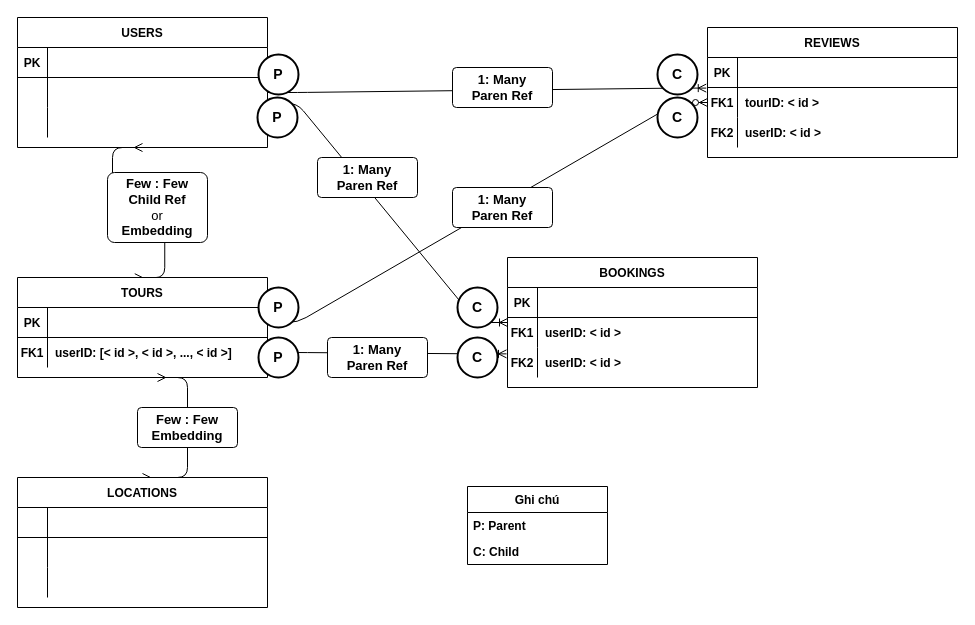
Earlier version of the draw.io diagram Untitled Diagram.drawio (hoanthptvn/document-kien). Source tidied: cells renumbered, new cells numbered last; positions are measured from the earlier drawing's top-left corner, leaving out a move shared by most shapes. Both pictures are drawn from the tidied source at 100%, with x=0, y=0 at pixel (17, 17).
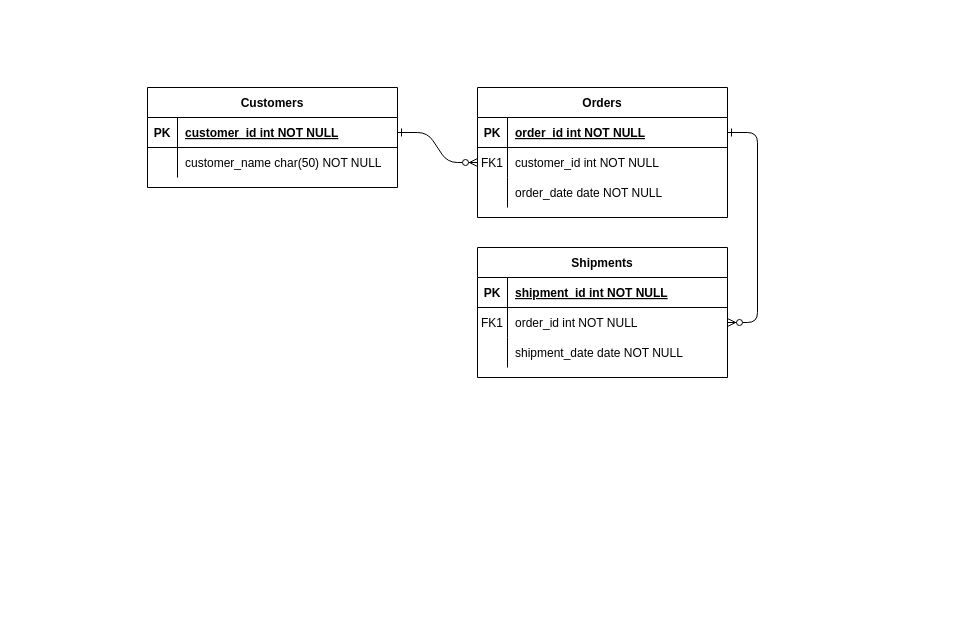
The same diagram, later.

The change refers to these unchanged cells:
```xml
<mxCell id="11" style="shape=partialRectangle;fillColor=none;points=[[0,0.5],[1,0.5]];portConstraint=eastwest;top=0;left=0;right=0;bottom=1;" parent="10" vertex="1">
  <mxGeometry y="30" width="250" height="30" as="geometry" />
</mxCell>
<mxCell id="14" style="shape=partialRectangle;fillColor=none;points=[[0,0.5],[1,0.5]];portConstraint=eastwest;top=0;left=0;right=0;bottom=0;" parent="10" vertex="1">
  <mxGeometry y="60" width="250" height="30" as="geometry" />
</mxCell>
<mxCell id="17" style="shape=partialRectangle;fillColor=none;points=[[0,0.5],[1,0.5]];portConstraint=eastwest;top=0;left=0;right=0;bottom=0;" parent="10" vertex="1">
  <mxGeometry y="90" width="250" height="30" as="geometry" />
</mxCell>
<mxCell id="28" style="shape=partialRectangle;fillColor=none;top=0;left=0;right=0;bottom=1;" parent="27" vertex="1">
  <mxGeometry y="30" width="250" height="30" as="geometry" />
</mxCell>
<mxCell id="31" style="shape=partialRectangle;fillColor=none;points=[[0,0.5],[1,0.5]];portConstraint=eastwest;top=0;left=0;right=0;bottom=0;" parent="27" vertex="1">
  <mxGeometry y="60" width="250" height="30" as="geometry" />
</mxCell>
<mxCell id="34" style="shape=partialRectangle;fillColor=none;top=0;left=0;right=0;bottom=0;" parent="27" vertex="1">
  <mxGeometry y="90" width="250" height="30" as="geometry" />
</mxCell>
```

Change to the diagram source:
```diff
@@
-    <mxCell id="2" style="edgeStyle=entityRelationEdgeStyle;fontSize=12;html=1;endArrow=ERoneToMany;entryX=-0.005;entryY=0.02;entryDx=0;entryDy=0;entryPerimeter=0;" parent="1" edge="1" source="14" target="31">
-      <mxGeometry relative="1" as="geometry" />
-    </mxCell>
-    <mxCell id="3" style="edgeStyle=entityRelationEdgeStyle;fontSize=12;html=1;endArrow=ERzeroToMany;endFill=1;exitX=1;exitY=0.5;exitDx=0;exitDy=0;" parent="1" edge="1" source="21" target="31">
-      <mxGeometry relative="1" as="geometry" />
-    </mxCell>
-    <mxCell id="4" value="&lt;span style=&quot;font-weight: 700 ; text-align: left&quot;&gt;1: Many&lt;/span&gt;&lt;br style=&quot;padding: 0px ; margin: 0px ; font-weight: 700 ; text-align: left&quot;&gt;&lt;span style=&quot;font-weight: 700 ; text-align: left&quot;&gt;Paren Ref&lt;/span&gt;" style="rounded=1;arcSize=10;whiteSpace=wrap;html=1;align=center;fontSize=13;" parent="1" vertex="1">
-      <mxGeometry x="435" y="50" width="100" height="40" as="geometry" />
-    </mxCell>
-    <mxCell id="5" value="&lt;span style=&quot;font-weight: 700 ; text-align: left&quot;&gt;1: Many&lt;/span&gt;&lt;br style=&quot;padding: 0px ; margin: 0px ; font-weight: 700 ; text-align: left&quot;&gt;&lt;span style=&quot;font-weight: 700 ; text-align: left&quot;&gt;Paren Ref&lt;/span&gt;" style="rounded=1;arcSize=10;whiteSpace=wrap;html=1;align=center;fontSize=13;rotation=0;" parent="1" vertex="1">
-      <mxGeometry x="435" y="170" width="100" height="40" as="geometry" />
-    </mxCell>
-    <mxCell id="6" style="edgeStyle=entityRelationEdgeStyle;fontSize=12;html=1;endArrow=ERmany;startArrow=ERmany;entryX=0.5;entryY=0;entryDx=0;entryDy=0;" parent="1" edge="1" target="47">
-      <mxGeometry relative="1" as="geometry">
-        <mxPoint x="140" y="360" as="sourcePoint" />
-      </mxGeometry>
-    </mxCell>
-    <mxCell id="7" value="&lt;span style=&quot;font-weight: 700 ; text-align: left&quot;&gt;Few : Few&lt;/span&gt;&lt;br style=&quot;padding: 0px ; margin: 0px ; font-weight: 700 ; text-align: left&quot;&gt;&lt;div style=&quot;text-align: left&quot;&gt;&lt;b&gt;Embedding&lt;/b&gt;&lt;/div&gt;" style="rounded=1;arcSize=10;whiteSpace=wrap;html=1;align=center;fontSize=13;rotation=0;" parent="1" vertex="1">
-      <mxGeometry x="120" y="390" width="100" height="40" as="geometry" />
-    </mxCell>
-    <mxCell id="8" style="edgeStyle=entityRelationEdgeStyle;fontSize=12;html=1;endArrow=ERmany;startArrow=ERmany;exitX=0.469;exitY=0.002;exitDx=0;exitDy=0;exitPerimeter=0;entryX=0.5;entryY=1;entryDx=0;entryDy=0;" parent="1" edge="1" source="20" target="10">
-      <mxGeometry relative="1" as="geometry" />
-    </mxCell>
-    <mxCell id="9" value="&lt;span style=&quot;font-weight: 700 ; text-align: left&quot;&gt;Few : Few&lt;br&gt;&lt;/span&gt;&lt;b&gt;Child Ref&lt;/b&gt;&lt;br&gt;or&lt;br style=&quot;padding: 0px ; margin: 0px ; font-weight: 700 ; text-align: left&quot;&gt;&lt;div style=&quot;text-align: left&quot;&gt;&lt;b&gt;Embedding&lt;/b&gt;&lt;/div&gt;" style="rounded=1;arcSize=10;whiteSpace=wrap;html=1;align=center;fontSize=13;rotation=0;" parent="1" vertex="1">
-      <mxGeometry x="90" y="155" width="100" height="70" as="geometry" />
-    </mxCell>
+    <mxCell id="72" style="edgeStyle=entityRelationEdgeStyle;endArrow=ERzeroToMany;startArrow=ERone;endFill=1;startFill=0;" parent="1" edge="1" source="21" target="14">
+      <mxGeometry relative="1" as="geometry" />
+    </mxCell>
+    <mxCell id="73" style="edgeStyle=entityRelationEdgeStyle;endArrow=ERzeroToMany;startArrow=ERone;endFill=1;startFill=0;" parent="1" edge="1" source="11" target="31">
+      <mxGeometry relative="1" as="geometry" />
+    </mxCell>
-    <mxCell id="10" value="USERS" style="shape=table;startSize=30;childLayout=tableLayout;rowLines=0;fontStyle=1;align=center;" parent="1" vertex="1">
-      <mxGeometry width="250" height="130" as="geometry" />
+    <mxCell id="10" value="Orders" style="shape=table;startSize=30;childLayout=tableLayout;rowLines=0;fontStyle=1;align=center;" parent="1" vertex="1">
+      <mxGeometry x="460" y="70" width="250" height="130" as="geometry" />
     </mxCell>
@@
-    <mxCell id="13" style="shape=partialRectangle;overflow=hidden;fillColor=none;top=0;left=0;bottom=0;right=0;align=left;spacingLeft=6;fontStyle=5;" parent="11" vertex="1">
+    <mxCell id="13" value="order_id int NOT NULL " style="shape=partialRectangle;overflow=hidden;fillColor=none;top=0;left=0;bottom=0;right=0;align=left;spacingLeft=6;fontStyle=5;" parent="11" vertex="1">
       <mxGeometry x="30" width="220" height="30" as="geometry" />
     </mxCell>
@@
-    <mxCell id="15" style="shape=partialRectangle;overflow=hidden;fillColor=none;top=0;left=0;bottom=0;right=0;fontStyle=1;" parent="14" vertex="1">
+    <mxCell id="15" value="FK1" style="shape=partialRectangle;overflow=hidden;fillColor=none;top=0;left=0;bottom=0;right=0;" parent="14" vertex="1">
       <mxGeometry width="30" height="30" as="geometry" />
     </mxCell>
-    <mxCell id="16" style="shape=partialRectangle;overflow=hidden;fillColor=none;top=0;left=0;bottom=0;right=0;align=left;spacingLeft=6;fontStyle=1;" parent="14" vertex="1">
+    <mxCell id="16" value="customer_id int NOT NULL" style="shape=partialRectangle;overflow=hidden;fillColor=none;top=0;left=0;bottom=0;right=0;align=left;spacingLeft=6;" parent="14" vertex="1">
       <mxGeometry x="30" width="220" height="30" as="geometry" />
     </mxCell>
@@
-    <mxCell id="19" style="shape=partialRectangle;overflow=hidden;fillColor=none;top=0;left=0;bottom=0;right=0;align=left;spacingLeft=6;fontStyle=1;" parent="17" vertex="1">
+    <mxCell id="19" value="order_date date NOT NULL" style="shape=partialRectangle;overflow=hidden;fillColor=none;top=0;left=0;bottom=0;right=0;align=left;spacingLeft=6;" parent="17" vertex="1">
       <mxGeometry x="30" width="220" height="30" as="geometry" />
     </mxCell>
-    <mxCell id="20" value="TOURS" style="shape=table;startSize=30;childLayout=tableLayout;rowLines=0;fontStyle=1;align=center;" parent="1" vertex="1">
-      <mxGeometry y="260" width="250" height="100" as="geometry" />
-    </mxCell>
-    <mxCell id="21" style="shape=partialRectangle;fillColor=none;points=[[0,0.5],[1,0.5]];portConstraint=eastwest;top=0;left=0;right=0;bottom=1;" parent="20" vertex="1">
-      <mxGeometry y="30" width="250" height="30" as="geometry" />
-    </mxCell>
-    <mxCell id="22" value="PK" style="shape=partialRectangle;overflow=hidden;fillColor=none;top=0;left=0;bottom=0;right=0;fontStyle=1;" parent="21" vertex="1">
-      <mxGeometry width="30" height="30" as="geometry" />
-    </mxCell>
-    <mxCell id="23" style="shape=partialRectangle;overflow=hidden;fillColor=none;top=0;left=0;bottom=0;right=0;align=left;spacingLeft=6;fontStyle=5;" parent="21" vertex="1">
-      <mxGeometry x="30" width="220" height="30" as="geometry" />
-    </mxCell>
-    <mxCell id="24" style="shape=partialRectangle;fillColor=none;points=[[0,0.5],[1,0.5]];portConstraint=eastwest;top=0;left=0;right=0;bottom=0;" parent="20" vertex="1">
-      <mxGeometry y="60" width="250" height="30" as="geometry" />
-    </mxCell>
-    <mxCell id="25" value="FK1" style="shape=partialRectangle;overflow=hidden;fillColor=none;top=0;left=0;bottom=0;right=0;fontStyle=1;" parent="24" vertex="1">
-      <mxGeometry width="30" height="30" as="geometry" />
-    </mxCell>
-    <mxCell id="26" value="userID: [&lt; id &gt;, &lt; id &gt;, ..., &lt; id &gt;]" style="shape=partialRectangle;overflow=hidden;fillColor=none;top=0;left=0;bottom=0;right=0;align=left;spacingLeft=6;fontStyle=1;" parent="24" vertex="1">
-      <mxGeometry x="30" width="220" height="30" as="geometry" />
-    </mxCell>
-    <mxCell id="27" value="REVIEWS" style="shape=table;startSize=30;childLayout=tableLayout;rowLines=0;fontStyle=1;align=center;" parent="1" vertex="1">
-      <mxGeometry x="690" y="10" width="250" height="130" as="geometry" />
+    <mxCell id="27" value="Shipments" style="shape=table;startSize=30;childLayout=tableLayout;rowLines=0;fontStyle=1;align=center;" parent="1" vertex="1">
+      <mxGeometry x="460" y="230" width="250" height="130" as="geometry" />
     </mxCell>
@@
-    <mxCell id="30" style="shape=partialRectangle;overflow=hidden;fillColor=none;top=0;left=0;bottom=0;right=0;align=left;spacingLeft=6;fontStyle=5;" parent="28" vertex="1">
+    <mxCell id="30" value="shipment_id int NOT NULL " style="shape=partialRectangle;overflow=hidden;fillColor=none;top=0;left=0;bottom=0;right=0;align=left;spacingLeft=6;fontStyle=5;" parent="28" vertex="1">
       <mxGeometry x="30" width="220" height="30" as="geometry" />
     </mxCell>
@@
-    <mxCell id="32" value="FK1" style="shape=partialRectangle;overflow=hidden;fillColor=none;top=0;left=0;bottom=0;right=0;fontStyle=1;" parent="31" vertex="1">
+    <mxCell id="32" value="FK1" style="shape=partialRectangle;overflow=hidden;fillColor=none;top=0;left=0;bottom=0;right=0;" parent="31" vertex="1">
       <mxGeometry width="30" height="30" as="geometry" />
     </mxCell>
-    <mxCell id="33" value="tourID: &lt; id &gt;" style="shape=partialRectangle;overflow=hidden;fillColor=none;top=0;left=0;bottom=0;right=0;align=left;spacingLeft=6;fontStyle=1;" parent="31" vertex="1">
+    <mxCell id="33" value="order_id int NOT NULL" style="shape=partialRectangle;overflow=hidden;fillColor=none;top=0;left=0;bottom=0;right=0;align=left;spacingLeft=6;" parent="31" vertex="1">
       <mxGeometry x="30" width="220" height="30" as="geometry" />
     </mxCell>
@@
-    <mxCell id="35" value="FK2" style="shape=partialRectangle;overflow=hidden;fillColor=none;top=0;left=0;bottom=0;right=0;fontStyle=1;" parent="34" vertex="1">
+    <mxCell id="35" style="shape=partialRectangle;overflow=hidden;fillColor=none;top=0;left=0;bottom=0;right=0;" parent="34" vertex="1">
       <mxGeometry width="30" height="30" as="geometry" />
     </mxCell>
-    <mxCell id="36" value="userID: &lt; id &gt;" style="shape=partialRectangle;overflow=hidden;fillColor=none;top=0;left=0;bottom=0;right=0;align=left;spacingLeft=6;fontStyle=1;" parent="34" vertex="1">
+    <mxCell id="36" value="shipment_date date NOT NULL" style="shape=partialRectangle;overflow=hidden;fillColor=none;top=0;left=0;bottom=0;right=0;align=left;spacingLeft=6;" parent="34" vertex="1">
       <mxGeometry x="30" width="220" height="30" as="geometry" />
     </mxCell>
-    <mxCell id="37" style="edgeStyle=entityRelationEdgeStyle;fontSize=12;html=1;endArrow=ERoneToMany;exitX=0.998;exitY=-0.145;exitDx=0;exitDy=0;exitPerimeter=0;" parent="1" edge="1" source="17" target="57">
-      <mxGeometry relative="1" as="geometry" />
-    </mxCell>
-    <mxCell id="38" value="&lt;b&gt;&lt;font style=&quot;font-size: 14px&quot;&gt;P&lt;/font&gt;&lt;/b&gt;" style="strokeWidth=2;html=1;shape=mxgraph.flowchart.start_2;whiteSpace=wrap;" parent="1" vertex="1">
-      <mxGeometry x="241" y="37" width="40" height="40" as="geometry" />
-    </mxCell>
-    <mxCell id="39" value="&lt;b&gt;&lt;font style=&quot;font-size: 14px&quot;&gt;C&lt;/font&gt;&lt;/b&gt;" style="strokeWidth=2;html=1;shape=mxgraph.flowchart.start_2;whiteSpace=wrap;" parent="1" vertex="1">
-      <mxGeometry x="640" y="37" width="40" height="40" as="geometry" />
-    </mxCell>
-    <mxCell id="40" value="&lt;b&gt;&lt;font style=&quot;font-size: 14px&quot;&gt;P&lt;/font&gt;&lt;/b&gt;" style="strokeWidth=2;html=1;shape=mxgraph.flowchart.start_2;whiteSpace=wrap;" parent="1" vertex="1">
-      <mxGeometry x="240" y="80" width="40" height="40" as="geometry" />
-    </mxCell>
-    <mxCell id="41" value="&lt;b&gt;&lt;font style=&quot;font-size: 14px&quot;&gt;C&lt;/font&gt;&lt;/b&gt;" style="strokeWidth=2;html=1;shape=mxgraph.flowchart.start_2;whiteSpace=wrap;" parent="1" vertex="1">
-      <mxGeometry x="440" y="270" width="40" height="40" as="geometry" />
-    </mxCell>
-    <mxCell id="42" style="edgeStyle=entityRelationEdgeStyle;fontSize=12;html=1;endArrow=ERoneToMany;exitX=1;exitY=0.5;exitDx=0;exitDy=0;entryX=-0.004;entryY=0.212;entryDx=0;entryDy=0;entryPerimeter=0;" parent="1" edge="1" source="24" target="64">
-      <mxGeometry relative="1" as="geometry" />
-    </mxCell>
-    <mxCell id="43" value="&lt;b&gt;&lt;font style=&quot;font-size: 14px&quot;&gt;C&lt;/font&gt;&lt;/b&gt;" style="strokeWidth=2;html=1;shape=mxgraph.flowchart.start_2;whiteSpace=wrap;" parent="1" vertex="1">
-      <mxGeometry x="440" y="320" width="40" height="40" as="geometry" />
-    </mxCell>
-    <mxCell id="44" value="&lt;b&gt;&lt;font style=&quot;font-size: 14px&quot;&gt;P&lt;/font&gt;&lt;/b&gt;" style="strokeWidth=2;html=1;shape=mxgraph.flowchart.start_2;whiteSpace=wrap;" parent="1" vertex="1">
-      <mxGeometry x="241" y="320" width="40" height="40" as="geometry" />
-    </mxCell>
-    <mxCell id="45" value="&lt;b&gt;&lt;font style=&quot;font-size: 14px&quot;&gt;P&lt;/font&gt;&lt;/b&gt;" style="strokeWidth=2;html=1;shape=mxgraph.flowchart.start_2;whiteSpace=wrap;" parent="1" vertex="1">
-      <mxGeometry x="241" y="270" width="40" height="40" as="geometry" />
-    </mxCell>
-    <mxCell id="46" value="&lt;b&gt;&lt;font style=&quot;font-size: 14px&quot;&gt;C&lt;/font&gt;&lt;/b&gt;" style="strokeWidth=2;html=1;shape=mxgraph.flowchart.start_2;whiteSpace=wrap;" parent="1" vertex="1">
-      <mxGeometry x="640" y="80" width="40" height="40" as="geometry" />
-    </mxCell>
-    <mxCell id="47" value="LOCATIONS" style="shape=table;startSize=30;childLayout=tableLayout;rowLines=0;fontStyle=1;align=center;" parent="1" vertex="1">
-      <mxGeometry y="460" width="250" height="130" as="geometry" />
-    </mxCell>
-    <mxCell id="48" style="shape=partialRectangle;fillColor=none;top=0;left=0;right=0;bottom=1;" parent="47" vertex="1">
-      <mxGeometry y="30" width="250" height="30" as="geometry" />
-    </mxCell>
-    <mxCell id="49" style="shape=partialRectangle;overflow=hidden;fillColor=none;top=0;left=0;bottom=0;right=0;fontStyle=1;" parent="48" vertex="1">
-      <mxGeometry width="30" height="30" as="geometry" />
-    </mxCell>
-    <mxCell id="50" style="shape=partialRectangle;overflow=hidden;fillColor=none;top=0;left=0;bottom=0;right=0;align=left;spacingLeft=6;fontStyle=5;" parent="48" vertex="1">
-      <mxGeometry x="30" width="220" height="30" as="geometry" />
-    </mxCell>
-    <mxCell id="51" style="shape=partialRectangle;fillColor=none;top=0;left=0;right=0;bottom=0;" parent="47" vertex="1">
-      <mxGeometry y="60" width="250" height="30" as="geometry" />
-    </mxCell>
-    <mxCell id="52" style="shape=partialRectangle;overflow=hidden;fillColor=none;top=0;left=0;bottom=0;right=0;" parent="51" vertex="1">
-      <mxGeometry width="30" height="30" as="geometry" />
-    </mxCell>
-    <mxCell id="53" style="shape=partialRectangle;overflow=hidden;fillColor=none;top=0;left=0;bottom=0;right=0;align=left;spacingLeft=6;fontStyle=1;" parent="51" vertex="1">
-      <mxGeometry x="30" width="220" height="30" as="geometry" />
-    </mxCell>
-    <mxCell id="54" style="shape=partialRectangle;fillColor=none;top=0;left=0;right=0;bottom=0;" parent="47" vertex="1">
-      <mxGeometry y="90" width="250" height="30" as="geometry" />
-    </mxCell>
-    <mxCell id="55" style="shape=partialRectangle;overflow=hidden;fillColor=none;top=0;left=0;bottom=0;right=0;" parent="54" vertex="1">
-      <mxGeometry width="30" height="30" as="geometry" />
-    </mxCell>
-    <mxCell id="56" style="shape=partialRectangle;overflow=hidden;fillColor=none;top=0;left=0;bottom=0;right=0;align=left;spacingLeft=6;fontStyle=1;" parent="54" vertex="1">
-      <mxGeometry x="30" width="220" height="30" as="geometry" />
-    </mxCell>
-    <mxCell id="57" value="BOOKINGS" style="shape=table;startSize=30;childLayout=tableLayout;rowLines=0;fontStyle=1;align=center;" parent="1" vertex="1">
-      <mxGeometry x="490" y="240" width="250" height="130" as="geometry" />
-    </mxCell>
-    <mxCell id="58" style="shape=partialRectangle;fillColor=none;top=0;left=0;right=0;bottom=1;" parent="57" vertex="1">
-      <mxGeometry y="30" width="250" height="30" as="geometry" />
-    </mxCell>
-    <mxCell id="59" value="PK" style="shape=partialRectangle;overflow=hidden;fillColor=none;top=0;left=0;bottom=0;right=0;fontStyle=1;" parent="58" vertex="1">
-      <mxGeometry width="30" height="30" as="geometry" />
-    </mxCell>
-    <mxCell id="60" style="shape=partialRectangle;overflow=hidden;fillColor=none;top=0;left=0;bottom=0;right=0;align=left;spacingLeft=6;fontStyle=5;" parent="58" vertex="1">
-      <mxGeometry x="30" width="220" height="30" as="geometry" />
-    </mxCell>
-    <mxCell id="61" style="shape=partialRectangle;fillColor=none;top=0;left=0;right=0;bottom=0;" parent="57" vertex="1">
-      <mxGeometry y="60" width="250" height="30" as="geometry" />
-    </mxCell>
-    <mxCell id="62" value="FK1" style="shape=partialRectangle;overflow=hidden;fillColor=none;top=0;left=0;bottom=0;right=0;fontStyle=1;" parent="61" vertex="1">
-      <mxGeometry width="30" height="30" as="geometry" />
-    </mxCell>
-    <mxCell id="63" value="userID: &lt; id &gt;" style="shape=partialRectangle;overflow=hidden;fillColor=none;top=0;left=0;bottom=0;right=0;align=left;spacingLeft=6;fontStyle=1;" parent="61" vertex="1">
-      <mxGeometry x="30" width="220" height="30" as="geometry" />
-    </mxCell>
-    <mxCell id="64" style="shape=partialRectangle;fillColor=none;points=[[0,0.5],[1,0.5]];portConstraint=eastwest;top=0;left=0;right=0;bottom=0;" parent="57" vertex="1">
-      <mxGeometry y="90" width="250" height="30" as="geometry" />
-    </mxCell>
-    <mxCell id="65" value="FK2" style="shape=partialRectangle;overflow=hidden;fillColor=none;top=0;left=0;bottom=0;right=0;fontStyle=1;" parent="64" vertex="1">
-      <mxGeometry width="30" height="30" as="geometry" />
-    </mxCell>
-    <mxCell id="66" value="userID: &lt; id &gt;" style="shape=partialRectangle;overflow=hidden;fillColor=none;top=0;left=0;bottom=0;right=0;align=left;spacingLeft=6;fontStyle=1;" parent="64" vertex="1">
-      <mxGeometry x="30" width="220" height="30" as="geometry" />
-    </mxCell>
-    <mxCell id="67" value="&lt;span style=&quot;font-weight: 700 ; text-align: left&quot;&gt;1: Many&lt;/span&gt;&lt;br style=&quot;padding: 0px ; margin: 0px ; font-weight: 700 ; text-align: left&quot;&gt;&lt;span style=&quot;font-weight: 700 ; text-align: left&quot;&gt;Paren Ref&lt;/span&gt;" style="rounded=1;arcSize=10;whiteSpace=wrap;html=1;align=center;fontSize=13;rotation=0;" parent="1" vertex="1">
-      <mxGeometry x="300" y="140" width="100" height="40" as="geometry" />
-    </mxCell>
-    <mxCell id="68" value="&lt;span style=&quot;font-weight: 700 ; text-align: left&quot;&gt;1: Many&lt;/span&gt;&lt;br style=&quot;padding: 0px ; margin: 0px ; font-weight: 700 ; text-align: left&quot;&gt;&lt;span style=&quot;font-weight: 700 ; text-align: left&quot;&gt;Paren Ref&lt;/span&gt;" style="rounded=1;arcSize=10;whiteSpace=wrap;html=1;align=center;fontSize=13;rotation=0;" parent="1" vertex="1">
-      <mxGeometry x="310" y="320" width="100" height="40" as="geometry" />
-    </mxCell>
-    <mxCell id="69" value="Ghi chú" style="swimlane;fontStyle=1;horizontal=1;startSize=26;fillColor=none;" parent="1" vertex="1">
-      <mxGeometry x="450" y="469" width="140" height="78" as="geometry" />
-    </mxCell>
-    <mxCell id="70" value="P: Parent" style="text;strokeColor=none;fillColor=none;align=left;verticalAlign=top;spacingLeft=4;spacingRight=4;overflow=hidden;fontStyle=1;" parent="69" vertex="1">
-      <mxGeometry y="26" width="140" height="26" as="geometry" />
-    </mxCell>
-    <mxCell id="71" value="C: Child" style="text;strokeColor=none;fillColor=none;align=left;verticalAlign=top;spacingLeft=4;spacingRight=4;overflow=hidden;fontStyle=1;" parent="69" vertex="1">
-      <mxGeometry y="52" width="140" height="26" as="geometry" />
-    </mxCell>
+    <mxCell id="20" value="Customers" style="shape=table;startSize=30;childLayout=tableLayout;rowLines=0;fontStyle=1;align=center;" parent="1" vertex="1">
+      <mxGeometry x="130" y="70" width="250" height="100" as="geometry" />
+    </mxCell>
+    <mxCell id="21" style="shape=partialRectangle;fillColor=none;points=[[0,0.5],[1,0.5]];portConstraint=eastwest;top=0;left=0;right=0;bottom=1;" parent="20" vertex="1">
+      <mxGeometry y="30" width="250" height="30" as="geometry" />
+    </mxCell>
+    <mxCell id="22" value="PK" style="shape=partialRectangle;overflow=hidden;fillColor=none;top=0;left=0;bottom=0;right=0;fontStyle=1;" parent="21" vertex="1">
+      <mxGeometry width="30" height="30" as="geometry" />
+    </mxCell>
+    <mxCell id="23" value="customer_id int NOT NULL " style="shape=partialRectangle;overflow=hidden;fillColor=none;top=0;left=0;bottom=0;right=0;align=left;spacingLeft=6;fontStyle=5;" parent="21" vertex="1">
+      <mxGeometry x="30" width="220" height="30" as="geometry" />
+    </mxCell>
+    <mxCell id="24" style="shape=partialRectangle;fillColor=none;points=[[0,0.5],[1,0.5]];portConstraint=eastwest;top=0;left=0;right=0;bottom=0;" parent="20" vertex="1">
+      <mxGeometry y="60" width="250" height="30" as="geometry" />
+    </mxCell>
+    <mxCell id="25" style="shape=partialRectangle;overflow=hidden;fillColor=none;top=0;left=0;bottom=0;right=0;" parent="24" vertex="1">
+      <mxGeometry width="30" height="30" as="geometry" />
+    </mxCell>
+    <mxCell id="26" value="customer_name char(50) NOT NULL" style="shape=partialRectangle;overflow=hidden;fillColor=none;top=0;left=0;bottom=0;right=0;align=left;spacingLeft=6;" parent="24" vertex="1">
+      <mxGeometry x="30" width="220" height="30" as="geometry" />
+    </mxCell>
```
